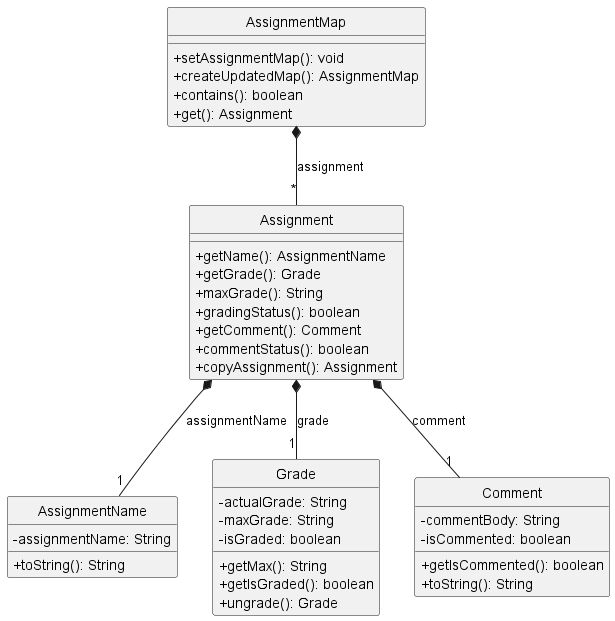
This is docs/images/AssignmentClass.png from raydenlim/tp, a PlantUML export, as it was before one commit.
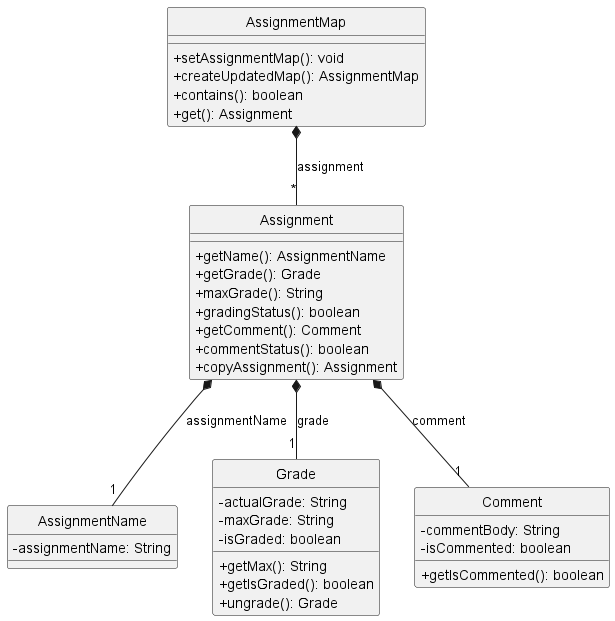
After the change.

Commit message:
Update UML diagram

Diff of the diagram source:
```diff
@@ -21,7 +21,6 @@
 
 class AssignmentName {
 -assignmentName: String
-+toString(): String
 }
 
 class Grade {
@@ -37,7 +36,6 @@
 -commentBody: String
 -isCommented: boolean
 +getIsCommented(): boolean
-+toString(): String
 }
 
 AssignmentMap *-- "*" Assignment: assignment
```
